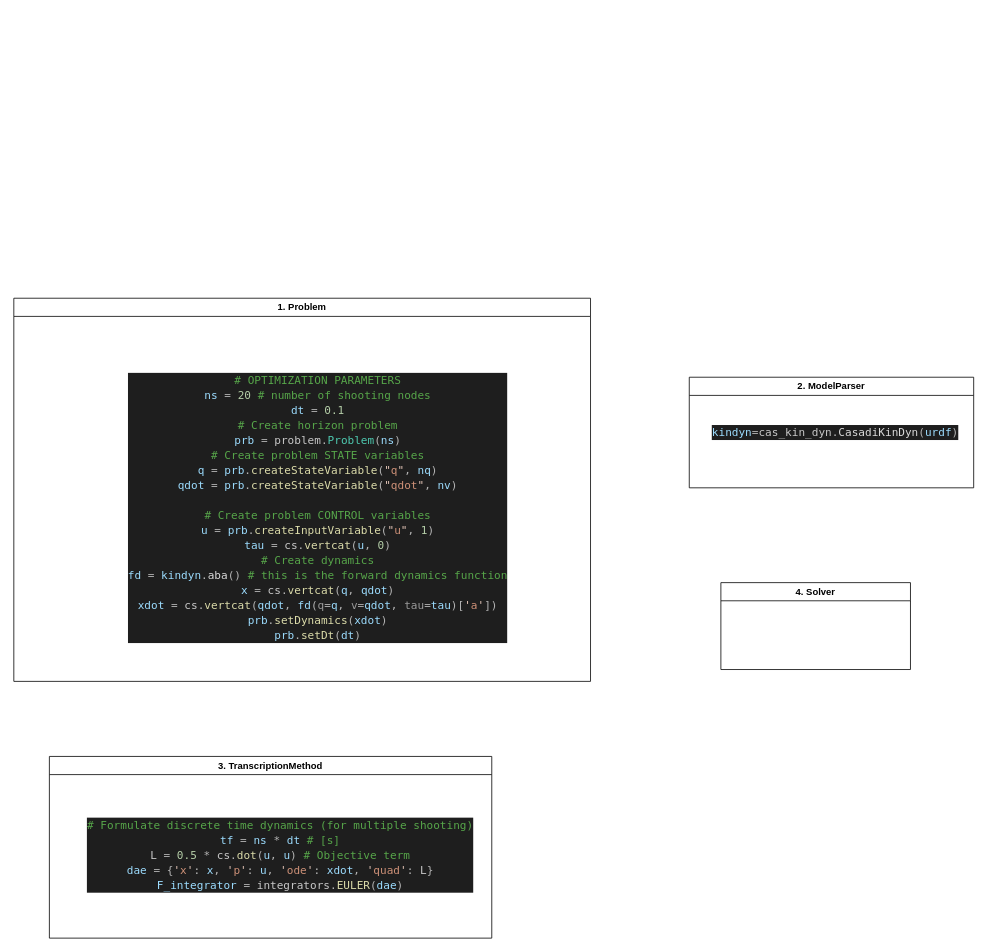
Before: document/horizon/framework/horizon.drawio in muzi2018/centauro_long_task, a draw.io diagram. Source tidied: cells renumbered, new cells numbered last; positions are measured from the earlier drawing's top-left corner, leaving out a move shared by most shapes. Both pictures are drawn from the tidied source at 79%, with x=0, y=0 at pixel (13, 298).
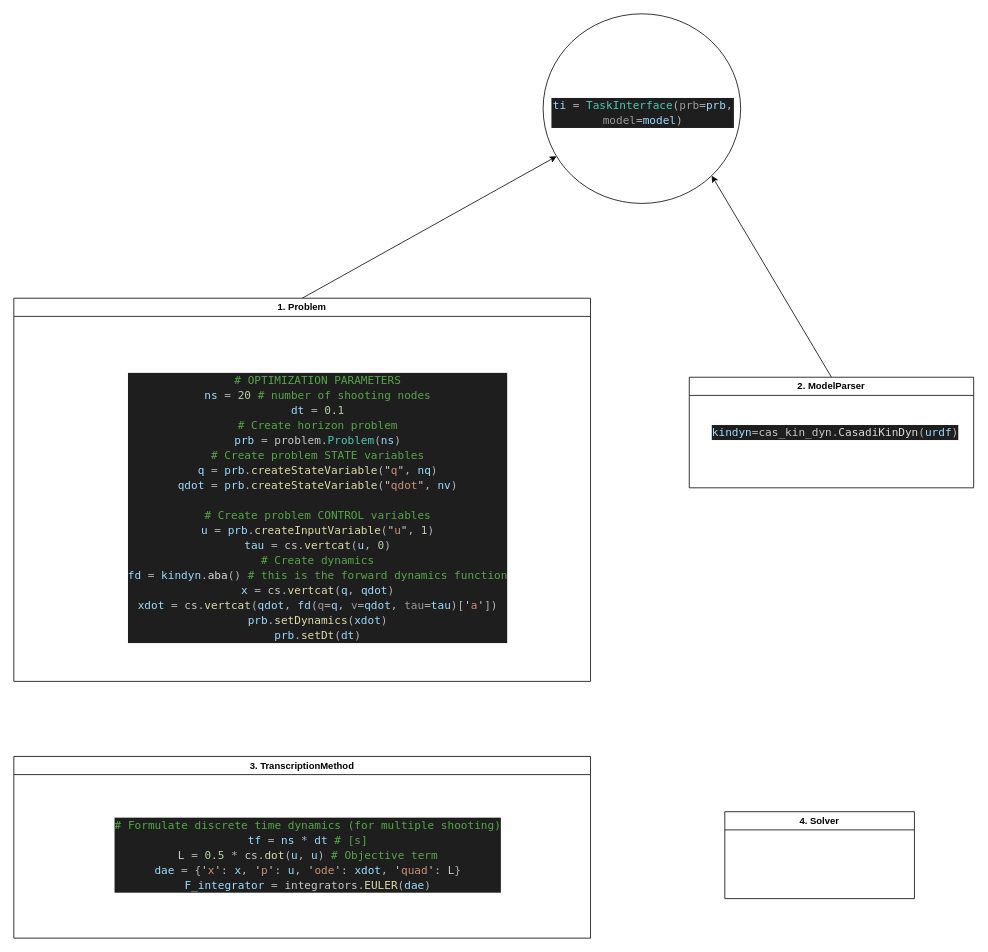
The same page after the edit.

Change to the diagram source:
```diff
@@
 <mxGraphModel>
   <root>
     <mxCell id="0" />
     <mxCell id="1" parent="0" />
+    <mxCell id="9" style="edgeStyle=none;html=1;exitX=0.5;exitY=0;exitDx=0;exitDy=0;" parent="1" edge="1" source="2" target="12">
+      <mxGeometry relative="1" as="geometry" />
+    </mxCell>
     <mxCell id="2" value="1. Problem" style="swimlane;whiteSpace=wrap;html=1;" parent="1" vertex="1">
       <mxGeometry width="730" height="485" as="geometry" />
     </mxCell>
     <mxCell id="3" value="&lt;div style=&quot;color: rgb(218, 218, 218); background-color: rgb(30, 30, 30); font-family: &amp;quot;Droid Sans Mono&amp;quot;, &amp;quot;monospace&amp;quot;, monospace; font-size: 14px; line-height: 19px;&quot;&gt;&lt;div&gt;&lt;span style=&quot;color: #57a64a;&quot;&gt;# OPTIMIZATION PARAMETERS&lt;/span&gt;&lt;/div&gt;&lt;div&gt;&lt;span style=&quot;color: #9cdcfe;&quot;&gt;ns&lt;/span&gt; &lt;span style=&quot;color: #b4b4b4;&quot;&gt;=&lt;/span&gt; &lt;span style=&quot;color: #b5cea8;&quot;&gt;20&lt;/span&gt;  &lt;span style=&quot;color: #57a64a;&quot;&gt;# number of shooting nodes&lt;/span&gt;&lt;/div&gt;&lt;div&gt;&lt;span style=&quot;color: #9cdcfe;&quot;&gt;dt&lt;/span&gt; &lt;span style=&quot;color: #b4b4b4;&quot;&gt;=&lt;/span&gt; &lt;span style=&quot;color: #b5cea8;&quot;&gt;0.1&lt;/span&gt;&lt;/div&gt;&lt;div&gt;&lt;div style=&quot;line-height: 19px;&quot;&gt;&lt;div&gt;&lt;span style=&quot;color: #57a64a;&quot;&gt;# Create horizon problem&lt;/span&gt;&lt;/div&gt;&lt;div&gt;&lt;span style=&quot;color: #9cdcfe;&quot;&gt;prb&lt;/span&gt; &lt;span style=&quot;color: #b4b4b4;&quot;&gt;=&lt;/span&gt; &lt;span style=&quot;color: #c8c8c8;&quot;&gt;problem&lt;/span&gt;&lt;span style=&quot;color: #b4b4b4;&quot;&gt;.&lt;/span&gt;&lt;span style=&quot;color: #4ec9b0;&quot;&gt;Problem&lt;/span&gt;&lt;span style=&quot;color: #b4b4b4;&quot;&gt;(&lt;/span&gt;&lt;span style=&quot;color: #9cdcfe;&quot;&gt;ns&lt;/span&gt;&lt;span style=&quot;color: #b4b4b4;&quot;&gt;)&lt;/span&gt;&lt;/div&gt;&lt;div&gt;&lt;div style=&quot;line-height: 19px;&quot;&gt;&lt;div&gt;&lt;span style=&quot;color: #57a64a;&quot;&gt;# Create problem STATE variables&lt;/span&gt;&lt;/div&gt;&lt;div&gt;&lt;span style=&quot;color: #9cdcfe;&quot;&gt;q&lt;/span&gt; &lt;span style=&quot;color: #b4b4b4;&quot;&gt;=&lt;/span&gt; &lt;span style=&quot;color: #9cdcfe;&quot;&gt;prb&lt;/span&gt;&lt;span style=&quot;color: #b4b4b4;&quot;&gt;.&lt;/span&gt;&lt;span style=&quot;color: #dcdcaa;&quot;&gt;createStateVariable&lt;/span&gt;&lt;span style=&quot;color: #b4b4b4;&quot;&gt;(&lt;/span&gt;&lt;span style=&quot;color: #e8c9bb;&quot;&gt;&quot;&lt;/span&gt;&lt;span style=&quot;color: #ce9178;&quot;&gt;q&lt;/span&gt;&lt;span style=&quot;color: #e8c9bb;&quot;&gt;&quot;&lt;/span&gt;&lt;span style=&quot;color: #b4b4b4;&quot;&gt;,&lt;/span&gt; &lt;span style=&quot;color: #9cdcfe;&quot;&gt;nq&lt;/span&gt;&lt;span style=&quot;color: #b4b4b4;&quot;&gt;)&lt;/span&gt;&lt;/div&gt;&lt;div&gt;&lt;span style=&quot;color: #9cdcfe;&quot;&gt;qdot&lt;/span&gt; &lt;span style=&quot;color: #b4b4b4;&quot;&gt;=&lt;/span&gt; &lt;span style=&quot;color: #9cdcfe;&quot;&gt;prb&lt;/span&gt;&lt;span style=&quot;color: #b4b4b4;&quot;&gt;.&lt;/span&gt;&lt;span style=&quot;color: #dcdcaa;&quot;&gt;createStateVariable&lt;/span&gt;&lt;span style=&quot;color: #b4b4b4;&quot;&gt;(&lt;/span&gt;&lt;span style=&quot;color: #e8c9bb;&quot;&gt;&quot;&lt;/span&gt;&lt;span style=&quot;color: #ce9178;&quot;&gt;qdot&lt;/span&gt;&lt;span style=&quot;color: #e8c9bb;&quot;&gt;&quot;&lt;/span&gt;&lt;span style=&quot;color: #b4b4b4;&quot;&gt;,&lt;/span&gt; &lt;span style=&quot;color: #9cdcfe;&quot;&gt;nv&lt;/span&gt;&lt;span style=&quot;color: #b4b4b4;&quot;&gt;)&lt;/span&gt;&lt;/div&gt;&lt;br&gt;&lt;div&gt;&lt;span style=&quot;color: #57a64a;&quot;&gt;# Create problem CONTROL variables&lt;/span&gt;&lt;/div&gt;&lt;div&gt;&lt;span style=&quot;color: #9cdcfe;&quot;&gt;u&lt;/span&gt; &lt;span style=&quot;color: #b4b4b4;&quot;&gt;=&lt;/span&gt; &lt;span style=&quot;color: #9cdcfe;&quot;&gt;prb&lt;/span&gt;&lt;span style=&quot;color: #b4b4b4;&quot;&gt;.&lt;/span&gt;&lt;span style=&quot;color: #dcdcaa;&quot;&gt;createInputVariable&lt;/span&gt;&lt;span style=&quot;color: #b4b4b4;&quot;&gt;(&lt;/span&gt;&lt;span style=&quot;color: #e8c9bb;&quot;&gt;&quot;&lt;/span&gt;&lt;span style=&quot;color: #ce9178;&quot;&gt;u&lt;/span&gt;&lt;span style=&quot;color: #e8c9bb;&quot;&gt;&quot;&lt;/span&gt;&lt;span style=&quot;color: #b4b4b4;&quot;&gt;,&lt;/span&gt; &lt;span style=&quot;color: #b5cea8;&quot;&gt;1&lt;/span&gt;&lt;span style=&quot;color: #b4b4b4;&quot;&gt;)&lt;/span&gt;&lt;/div&gt;&lt;div&gt;&lt;span style=&quot;color: #9cdcfe;&quot;&gt;tau&lt;/span&gt; &lt;span style=&quot;color: #b4b4b4;&quot;&gt;=&lt;/span&gt; &lt;span style=&quot;color: #c8c8c8;&quot;&gt;cs&lt;/span&gt;&lt;span style=&quot;color: #b4b4b4;&quot;&gt;.&lt;/span&gt;&lt;span style=&quot;color: #dcdcaa;&quot;&gt;vertcat&lt;/span&gt;&lt;span style=&quot;color: #b4b4b4;&quot;&gt;(&lt;/span&gt;&lt;span style=&quot;color: #9cdcfe;&quot;&gt;u&lt;/span&gt;&lt;span style=&quot;color: #b4b4b4;&quot;&gt;,&lt;/span&gt; &lt;span style=&quot;color: #b5cea8;&quot;&gt;0&lt;/span&gt;&lt;span style=&quot;color: #b4b4b4;&quot;&gt;)&lt;/span&gt;&lt;/div&gt;&lt;div&gt;&lt;div style=&quot;line-height: 19px;&quot;&gt;&lt;div&gt;&lt;span style=&quot;color: #57a64a;&quot;&gt;# Create dynamics&lt;/span&gt;&lt;/div&gt;&lt;div&gt;&lt;span style=&quot;color: #9cdcfe;&quot;&gt;fd&lt;/span&gt; &lt;span style=&quot;color: #b4b4b4;&quot;&gt;=&lt;/span&gt; &lt;span style=&quot;color: #9cdcfe;&quot;&gt;kindyn&lt;/span&gt;&lt;span style=&quot;color: #b4b4b4;&quot;&gt;.&lt;/span&gt;aba&lt;span style=&quot;color: #b4b4b4;&quot;&gt;()&lt;/span&gt;  &lt;span style=&quot;color: #57a64a;&quot;&gt;# this is the forward dynamics function&lt;/span&gt;&lt;/div&gt;&lt;div&gt;&lt;span style=&quot;color: #9cdcfe;&quot;&gt;x&lt;/span&gt; &lt;span style=&quot;color: #b4b4b4;&quot;&gt;=&lt;/span&gt; &lt;span style=&quot;color: #c8c8c8;&quot;&gt;cs&lt;/span&gt;&lt;span style=&quot;color: #b4b4b4;&quot;&gt;.&lt;/span&gt;&lt;span style=&quot;color: #dcdcaa;&quot;&gt;vertcat&lt;/span&gt;&lt;span style=&quot;color: #b4b4b4;&quot;&gt;(&lt;/span&gt;&lt;span style=&quot;color: #9cdcfe;&quot;&gt;q&lt;/span&gt;&lt;span style=&quot;color: #b4b4b4;&quot;&gt;,&lt;/span&gt; &lt;span style=&quot;color: #9cdcfe;&quot;&gt;qdot&lt;/span&gt;&lt;span style=&quot;color: #b4b4b4;&quot;&gt;)&lt;/span&gt;&lt;/div&gt;&lt;div&gt;&lt;span style=&quot;color: #9cdcfe;&quot;&gt;xdot&lt;/span&gt; &lt;span style=&quot;color: #b4b4b4;&quot;&gt;=&lt;/span&gt; &lt;span style=&quot;color: #c8c8c8;&quot;&gt;cs&lt;/span&gt;&lt;span style=&quot;color: #b4b4b4;&quot;&gt;.&lt;/span&gt;&lt;span style=&quot;color: #dcdcaa;&quot;&gt;vertcat&lt;/span&gt;&lt;span style=&quot;color: #b4b4b4;&quot;&gt;(&lt;/span&gt;&lt;span style=&quot;color: #9cdcfe;&quot;&gt;qdot&lt;/span&gt;&lt;span style=&quot;color: #b4b4b4;&quot;&gt;,&lt;/span&gt; &lt;span style=&quot;color: #9cdcfe;&quot;&gt;fd&lt;/span&gt;&lt;span style=&quot;color: #b4b4b4;&quot;&gt;(&lt;/span&gt;&lt;span style=&quot;color: #9a9a9a;&quot;&gt;q&lt;/span&gt;&lt;span style=&quot;color: #b4b4b4;&quot;&gt;=&lt;/span&gt;&lt;span style=&quot;color: #9cdcfe;&quot;&gt;q&lt;/span&gt;&lt;span style=&quot;color: #b4b4b4;&quot;&gt;,&lt;/span&gt; &lt;span style=&quot;color: #9a9a9a;&quot;&gt;v&lt;/span&gt;&lt;span style=&quot;color: #b4b4b4;&quot;&gt;=&lt;/span&gt;&lt;span style=&quot;color: #9cdcfe;&quot;&gt;qdot&lt;/span&gt;&lt;span style=&quot;color: #b4b4b4;&quot;&gt;,&lt;/span&gt; &lt;span style=&quot;color: #9a9a9a;&quot;&gt;tau&lt;/span&gt;&lt;span style=&quot;color: #b4b4b4;&quot;&gt;=&lt;/span&gt;&lt;span style=&quot;color: #9cdcfe;&quot;&gt;tau&lt;/span&gt;&lt;span style=&quot;color: #b4b4b4;&quot;&gt;)[&lt;/span&gt;&lt;span style=&quot;color: #e8c9bb;&quot;&gt;'&lt;/span&gt;&lt;span style=&quot;color: #ce9178;&quot;&gt;a&lt;/span&gt;&lt;span style=&quot;color: #e8c9bb;&quot;&gt;'&lt;/span&gt;&lt;span style=&quot;color: #b4b4b4;&quot;&gt;])&lt;/span&gt;&lt;/div&gt;&lt;div&gt;&lt;span style=&quot;color: #9cdcfe;&quot;&gt;prb&lt;/span&gt;&lt;span style=&quot;color: #b4b4b4;&quot;&gt;.&lt;/span&gt;&lt;span style=&quot;color: #dcdcaa;&quot;&gt;setDynamics&lt;/span&gt;&lt;span style=&quot;color: #b4b4b4;&quot;&gt;(&lt;/span&gt;&lt;span style=&quot;color: #9cdcfe;&quot;&gt;xdot&lt;/span&gt;&lt;span style=&quot;color: #b4b4b4;&quot;&gt;)&lt;/span&gt;&lt;/div&gt;&lt;div&gt;&lt;span style=&quot;color: #9cdcfe;&quot;&gt;prb&lt;/span&gt;&lt;span style=&quot;color: #b4b4b4;&quot;&gt;.&lt;/span&gt;&lt;span style=&quot;color: #dcdcaa;&quot;&gt;setDt&lt;/span&gt;&lt;span style=&quot;color: #b4b4b4;&quot;&gt;(&lt;/span&gt;&lt;span style=&quot;color: #9cdcfe;&quot;&gt;dt&lt;/span&gt;&lt;span style=&quot;color: #b4b4b4;&quot;&gt;)&lt;/span&gt;&lt;/div&gt;&lt;/div&gt;&lt;/div&gt;&lt;/div&gt;&lt;/div&gt;&lt;/div&gt;&lt;/div&gt;&lt;/div&gt;" style="text;html=1;strokeColor=none;fillColor=none;align=center;verticalAlign=middle;whiteSpace=wrap;rounded=0;" parent="2" vertex="1">
       <mxGeometry x="80" y="35" width="610" height="460" as="geometry" />
     </mxCell>
     <mxCell id="4" value="3. TranscriptionMethod" style="swimlane;whiteSpace=wrap;html=1;startSize=23;" parent="1" vertex="1">
-      <mxGeometry x="45" y="580" width="560" height="230" as="geometry" />
+      <mxGeometry y="580" width="730" height="230" as="geometry" />
     </mxCell>
     <mxCell id="5" value="&lt;div style=&quot;color: rgb(218, 218, 218); background-color: rgb(30, 30, 30); font-family: &amp;quot;Droid Sans Mono&amp;quot;, &amp;quot;monospace&amp;quot;, monospace; font-size: 14px; line-height: 19px;&quot;&gt;&lt;div&gt;&lt;span style=&quot;color: #57a64a;&quot;&gt;# Formulate discrete time dynamics (for multiple shooting)&lt;/span&gt;&lt;/div&gt;&lt;div&gt;&lt;span style=&quot;color: #9cdcfe;&quot;&gt;tf&lt;/span&gt; &lt;span style=&quot;color: #b4b4b4;&quot;&gt;=&lt;/span&gt; &lt;span style=&quot;color: #9cdcfe;&quot;&gt;ns&lt;/span&gt; &lt;span style=&quot;color: #b4b4b4;&quot;&gt;*&lt;/span&gt; &lt;span style=&quot;color: #9cdcfe;&quot;&gt;dt&lt;/span&gt;  &lt;span style=&quot;color: #57a64a;&quot;&gt;# [s]&lt;/span&gt;&lt;/div&gt;&lt;div&gt;&lt;span style=&quot;color: #c8c8c8;&quot;&gt;L&lt;/span&gt; &lt;span style=&quot;color: #b4b4b4;&quot;&gt;=&lt;/span&gt; &lt;span style=&quot;color: #b5cea8;&quot;&gt;0.5&lt;/span&gt; &lt;span style=&quot;color: #b4b4b4;&quot;&gt;*&lt;/span&gt; &lt;span style=&quot;color: #c8c8c8;&quot;&gt;cs&lt;/span&gt;&lt;span style=&quot;color: #b4b4b4;&quot;&gt;.&lt;/span&gt;&lt;span style=&quot;color: #dcdcaa;&quot;&gt;dot&lt;/span&gt;&lt;span style=&quot;color: #b4b4b4;&quot;&gt;(&lt;/span&gt;&lt;span style=&quot;color: #9cdcfe;&quot;&gt;u&lt;/span&gt;&lt;span style=&quot;color: #b4b4b4;&quot;&gt;,&lt;/span&gt; &lt;span style=&quot;color: #9cdcfe;&quot;&gt;u&lt;/span&gt;&lt;span style=&quot;color: #b4b4b4;&quot;&gt;)&lt;/span&gt;  &lt;span style=&quot;color: #57a64a;&quot;&gt;# Objective term&lt;/span&gt;&lt;/div&gt;&lt;div&gt;&lt;span style=&quot;color: #9cdcfe;&quot;&gt;dae&lt;/span&gt; &lt;span style=&quot;color: #b4b4b4;&quot;&gt;=&lt;/span&gt; &lt;span style=&quot;color: #b4b4b4;&quot;&gt;{&lt;/span&gt;&lt;span style=&quot;color: #e8c9bb;&quot;&gt;'&lt;/span&gt;&lt;span style=&quot;color: #ce9178;&quot;&gt;x&lt;/span&gt;&lt;span style=&quot;color: #e8c9bb;&quot;&gt;'&lt;/span&gt;&lt;span style=&quot;color: #b4b4b4;&quot;&gt;:&lt;/span&gt; &lt;span style=&quot;color: #9cdcfe;&quot;&gt;x&lt;/span&gt;&lt;span style=&quot;color: #b4b4b4;&quot;&gt;,&lt;/span&gt; &lt;span style=&quot;color: #e8c9bb;&quot;&gt;'&lt;/span&gt;&lt;span style=&quot;color: #ce9178;&quot;&gt;p&lt;/span&gt;&lt;span style=&quot;color: #e8c9bb;&quot;&gt;'&lt;/span&gt;&lt;span style=&quot;color: #b4b4b4;&quot;&gt;:&lt;/span&gt; &lt;span style=&quot;color: #9cdcfe;&quot;&gt;u&lt;/span&gt;&lt;span style=&quot;color: #b4b4b4;&quot;&gt;,&lt;/span&gt; &lt;span style=&quot;color: #e8c9bb;&quot;&gt;'&lt;/span&gt;&lt;span style=&quot;color: #ce9178;&quot;&gt;ode&lt;/span&gt;&lt;span style=&quot;color: #e8c9bb;&quot;&gt;'&lt;/span&gt;&lt;span style=&quot;color: #b4b4b4;&quot;&gt;:&lt;/span&gt; &lt;span style=&quot;color: #9cdcfe;&quot;&gt;xdot&lt;/span&gt;&lt;span style=&quot;color: #b4b4b4;&quot;&gt;,&lt;/span&gt; &lt;span style=&quot;color: #e8c9bb;&quot;&gt;'&lt;/span&gt;&lt;span style=&quot;color: #ce9178;&quot;&gt;quad&lt;/span&gt;&lt;span style=&quot;color: #e8c9bb;&quot;&gt;'&lt;/span&gt;&lt;span style=&quot;color: #b4b4b4;&quot;&gt;:&lt;/span&gt; &lt;span style=&quot;color: #c8c8c8;&quot;&gt;L&lt;/span&gt;&lt;span style=&quot;color: #b4b4b4;&quot;&gt;}&lt;/span&gt;&lt;/div&gt;&lt;div&gt;&lt;span style=&quot;color: #9cdcfe;&quot;&gt;F_integrator&lt;/span&gt; &lt;span style=&quot;color: #b4b4b4;&quot;&gt;=&lt;/span&gt; &lt;span style=&quot;color: #c8c8c8;&quot;&gt;integrators&lt;/span&gt;&lt;span style=&quot;color: #b4b4b4;&quot;&gt;.&lt;/span&gt;&lt;span style=&quot;color: #dcdcaa;&quot;&gt;EULER&lt;/span&gt;&lt;span style=&quot;color: #b4b4b4;&quot;&gt;(&lt;/span&gt;&lt;span style=&quot;color: #9cdcfe;&quot;&gt;dae&lt;/span&gt;&lt;span style=&quot;color: #b4b4b4;&quot;&gt;)&lt;/span&gt;&lt;/div&gt;&lt;/div&gt;" style="text;html=1;strokeColor=none;fillColor=none;align=center;verticalAlign=middle;whiteSpace=wrap;rounded=0;" parent="4" vertex="1">
-      <mxGeometry x="-25" y="50" width="635" height="150" as="geometry" />
+      <mxGeometry x="55" y="50" width="635" height="150" as="geometry" />
     </mxCell>
+    <mxCell id="10" style="edgeStyle=none;html=1;exitX=0.5;exitY=0;exitDx=0;exitDy=0;entryX=1;entryY=1;entryDx=0;entryDy=0;" parent="1" edge="1" source="6" target="12">
+      <mxGeometry relative="1" as="geometry" />
+    </mxCell>
     <mxCell id="6" value="2. ModelParser" style="swimlane;whiteSpace=wrap;html=1;" parent="1" vertex="1">
       <mxGeometry x="855" y="100" width="360" height="140" as="geometry" />
     </mxCell>
     <mxCell id="7" value="&lt;div style=&quot;color: rgb(218, 218, 218); background-color: rgb(30, 30, 30); font-family: &amp;quot;Droid Sans Mono&amp;quot;, &amp;quot;monospace&amp;quot;, monospace; font-size: 14px; line-height: 19px;&quot;&gt;&lt;span style=&quot;color: #9cdcfe;&quot;&gt;kindyn&lt;/span&gt;&lt;span style=&quot;color: #b4b4b4;&quot;&gt;=&lt;/span&gt;&lt;span style=&quot;color: #c8c8c8;&quot;&gt;cas_kin_dyn&lt;/span&gt;&lt;span style=&quot;color: #b4b4b4;&quot;&gt;.&lt;/span&gt;CasadiKinDyn&lt;span style=&quot;color: #b4b4b4;&quot;&gt;(&lt;/span&gt;&lt;span style=&quot;color: #9cdcfe;&quot;&gt;urdf&lt;/span&gt;&lt;span style=&quot;color: #b4b4b4;&quot;&gt;)&lt;/span&gt;&lt;/div&gt;" style="text;html=1;strokeColor=none;fillColor=none;align=center;verticalAlign=middle;whiteSpace=wrap;rounded=0;" parent="6" vertex="1">
       <mxGeometry x="30" y="55" width="310" height="30" as="geometry" />
     </mxCell>
     <mxCell id="8" value="4. Solver" style="swimlane;whiteSpace=wrap;html=1;startSize=23;" parent="1" vertex="1">
-      <mxGeometry x="895" y="360" width="240" height="110" as="geometry" />
+      <mxGeometry x="900" y="650" width="240" height="110" as="geometry" />
     </mxCell>
+    <mxCell id="11" style="endArrow=classic;html=1;" parent="1" edge="1" source="3">
+      <mxGeometry relative="1" as="geometry">
+        <mxPoint x="690" y="120" as="targetPoint" />
+      </mxGeometry>
+    </mxCell>
+    <mxCell id="12" style="ellipse;whiteSpace=wrap;html=1;fontStyle=1;startSize=23;" parent="1" vertex="1">
+      <mxGeometry x="670" y="-360" width="250" height="240" as="geometry" />
+    </mxCell>
+    <mxCell id="13" value="&lt;div style=&quot;color: rgb(218, 218, 218); background-color: rgb(30, 30, 30); font-family: &amp;quot;Droid Sans Mono&amp;quot;, &amp;quot;monospace&amp;quot;, monospace; font-size: 14px; line-height: 19px;&quot;&gt;&lt;span style=&quot;color: #9cdcfe;&quot;&gt;ti&lt;/span&gt; &lt;span style=&quot;color: #b4b4b4;&quot;&gt;=&lt;/span&gt; &lt;span style=&quot;color: #4ec9b0;&quot;&gt;TaskInterface&lt;/span&gt;&lt;span style=&quot;color: #b4b4b4;&quot;&gt;(&lt;/span&gt;&lt;span style=&quot;color: #9a9a9a;&quot;&gt;prb&lt;/span&gt;&lt;span style=&quot;color: #b4b4b4;&quot;&gt;=&lt;/span&gt;&lt;span style=&quot;color: #9cdcfe;&quot;&gt;prb&lt;/span&gt;&lt;span style=&quot;color: #b4b4b4;&quot;&gt;,&lt;/span&gt; &lt;span style=&quot;color: #9a9a9a;&quot;&gt;model&lt;/span&gt;&lt;span style=&quot;color: #b4b4b4;&quot;&gt;=&lt;/span&gt;&lt;span style=&quot;color: #9cdcfe;&quot;&gt;model&lt;/span&gt;&lt;span style=&quot;color: #b4b4b4;&quot;&gt;)&lt;/span&gt;&lt;/div&gt;" style="text;html=1;strokeColor=none;fillColor=none;align=center;verticalAlign=middle;whiteSpace=wrap;rounded=0;" parent="1" vertex="1">
+      <mxGeometry x="680" y="-265" width="232.5" height="60" as="geometry" />
+    </mxCell>
   </root>
 </mxGraphModel>
```
